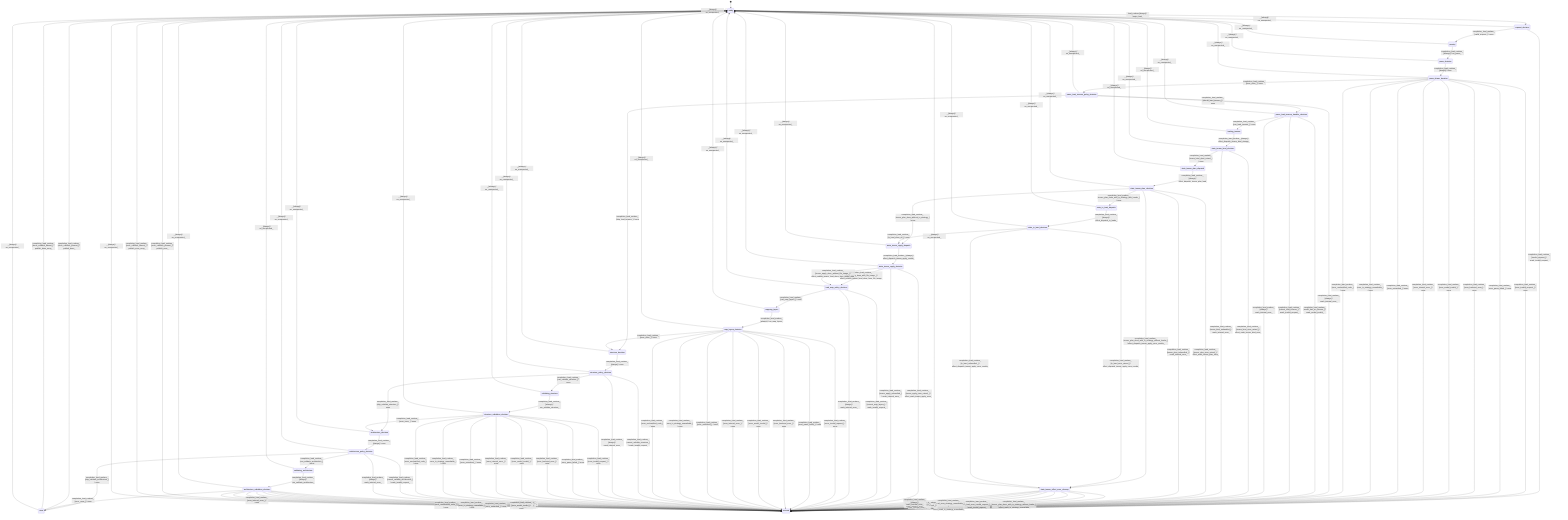
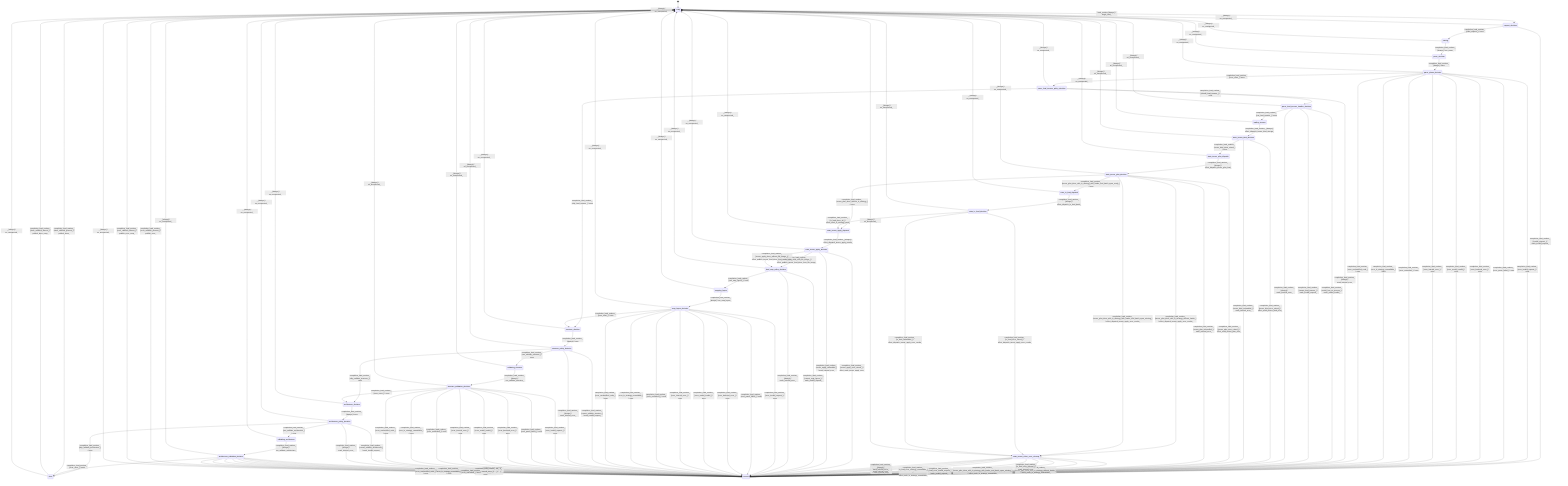
stateDiagram-v2
  direction TB
  [*] --> ready
  ready --> request_decision : load_runtime [always] / begin_load_
  request_decision --> parsing : completion_load_runtime_ [valid_request_] / none
  request_decision --> errored : completion_load_runtime_ [invalid_request_] / mark_invalid_request_
  parsing --> parse_decision : completion_load_runtime_ [always] / run_parse_
  parse_decision --> parse_phase_decision : completion_load_runtime_ [always] / none
  parse_phase_decision --> parse_load_tensors_policy_decision : completion_load_runtime_ [error_none_] / none
  parse_phase_decision --> errored : completion_load_runtime_ [error_invalid_request_] / none
  parse_phase_decision --> errored : completion_load_runtime_ [error_parse_failed_] / none
  parse_phase_decision --> errored : completion_load_runtime_ [error_backend_error_] / none
  parse_phase_decision --> errored : completion_load_runtime_ [error_model_invalid_] / none
  parse_phase_decision --> errored : completion_load_runtime_ [error_internal_error_] / none
  parse_phase_decision --> errored : completion_load_runtime_ [error_untracked_] / none
  parse_phase_decision --> errored : completion_load_runtime_ [error_io_strategy_unavailable_] / none
  parse_phase_decision --> errored : completion_load_runtime_ [error_unclassified_code_] / none
  parse_load_tensors_policy_decision --> parse_load_tensors_handler_decision : completion_load_runtime_ [should_load_tensors_] / none
  parse_load_tensors_policy_decision --> structure_decision : completion_load_runtime_ [skip_load_tensors_] / none
  parse_load_tensors_policy_decision --> errored : completion_load_runtime_ [always] / mark_internal_error_
  parse_load_tensors_handler_decision --> loading_tensors : completion_load_runtime_ [can_load_tensors_] / none
  parse_load_tensors_handler_decision --> errored : completion_load_runtime_ [model_has_no_tensors_] / mark_model_invalid_
  parse_load_tensors_handler_decision --> errored : completion_load_runtime_ [cannot_load_tensors_] / mark_invalid_request_
  parse_load_tensors_handler_decision --> errored : completion_load_runtime_ [always] / mark_internal_error_
  loading_tensors --> state_tensor_bind_decision : completion_load_runtime_ [always] / effect_dispatch_tensor_bind_storage_
  state_tensor_bind_decision --> state_tensor_plan_dispatch : completion_load_runtime_ [tensor_bind_done_raised_] / none
  state_tensor_bind_decision --> errored : completion_load_runtime_ [tensor_bind_error_raised_] / effect_mark_tensor_bind_error_
  state_tensor_bind_decision --> errored : completion_load_runtime_ [tensor_bind_unhandled_] / mark_internal_error_
  state_tensor_plan_dispatch --> state_tensor_plan_decision : completion_load_runtime_ [always] / effect_dispatch_tensor_plan_load_
  state_tensor_plan_decision --> state_tensor_apply_dispatch : completion_load_runtime_ [tensor_plan_done_without_io_strategy_] / none
  state_tensor_plan_decision --> state_tensor_effect_error_cleanup : completion_load_runtime_ [tensor_plan_done_with_io_strategy_without_loader_] / effect_dispatch_tensor_apply_error_results_
-   state_tensor_plan_decision --> state_io_load_dispatch : completion_load_runtime_ [tensor_plan_done_with_io_strategy_with_loader_] / none
+   state_tensor_plan_decision --> state_io_load_dispatch : completion_load_runtime_ [tensor_plan_done_with_io_strategy_with_loader_and_batch_span_ready_] / none
+   state_tensor_plan_decision --> state_tensor_effect_error_cleanup : completion_load_runtime_ [tensor_plan_done_with_io_strategy_with_loader_and_batch_span_missing_] / effect_dispatch_tensor_apply_error_results_
  state_tensor_plan_decision --> errored : completion_load_runtime_ [tensor_plan_error_raised_] / effect_mark_tensor_plan_error_
  state_tensor_plan_decision --> errored : completion_load_runtime_ [tensor_plan_unhandled_] / mark_internal_error_
-   state_io_load_dispatch --> state_io_load_decision : completion_load_runtime_ [always] / effect_dispatch_io_loads_
-   state_io_load_decision --> state_tensor_apply_dispatch : completion_load_runtime_ [io_load_done_all_] / none
+   state_io_load_dispatch --> state_io_load_decision : completion_load_runtime_ [always] / effect_dispatch_io_load_batch_
+   state_io_load_decision --> state_tensor_apply_dispatch : completion_load_runtime_ [io_load_done_all_] / effect_mark_io_strategy_used_
  state_io_load_decision --> state_tensor_effect_error_cleanup : completion_load_runtime_ [io_load_error_raised_] / effect_dispatch_tensor_apply_error_results_
  state_io_load_decision --> state_tensor_effect_error_cleanup : completion_load_runtime_ [io_load_unhandled_] / effect_dispatch_tensor_apply_error_results_
  state_tensor_effect_error_cleanup --> errored : completion_load_runtime_ [tensor_plan_done_with_io_strategy_without_loader_] / effect_mark_io_strategy_unavailable_
+   state_tensor_effect_error_cleanup --> errored : completion_load_runtime_ [tensor_plan_done_with_io_strategy_with_loader_and_batch_span_missing_] / effect_mark_io_strategy_unavailable_
  state_tensor_effect_error_cleanup --> errored : completion_load_runtime_ [io_load_error_invalid_request_] / mark_invalid_request_
  state_tensor_effect_error_cleanup --> errored : completion_load_runtime_ [io_load_error_strategy_unavailable_] / effect_mark_io_strategy_unavailable_
  state_tensor_effect_error_cleanup --> errored : completion_load_runtime_ [io_load_error_internal_] / mark_internal_error_
  state_tensor_effect_error_cleanup --> errored : completion_load_runtime_ [io_load_error_untracked_] / mark_untracked_
  state_tensor_effect_error_cleanup --> errored : completion_load_runtime_ [io_load_error_unclassified_] / mark_internal_error_
  state_tensor_effect_error_cleanup --> errored : completion_load_runtime_ [io_load_unhandled_] / mark_internal_error_
  state_tensor_effect_error_cleanup --> errored : completion_load_runtime_ [always] / mark_internal_error_
  state_tensor_apply_dispatch --> state_tensor_apply_decision : completion_load_runtime_ [always] / effect_dispatch_tensor_apply_results_
  state_tensor_apply_decision --> load_map_policy_decision : completion_load_runtime_ [tensor_apply_done_with_file_image_] / effect_publish_tensor_load_done_from_file_image_
  state_tensor_apply_decision --> load_map_policy_decision : completion_load_runtime_ [tensor_apply_done_without_file_image_] / effect_publish_tensor_load_done_from_model_data_
  state_tensor_apply_decision --> errored : completion_load_runtime_ [tensor_apply_error_raised_] / effect_mark_tensor_apply_error_
  state_tensor_apply_decision --> errored : completion_load_runtime_ [tensor_apply_unhandled_] / mark_internal_error_
  load_map_policy_decision --> mapping_layers : completion_load_runtime_ [can_map_layers_] / none
  load_map_policy_decision --> errored : completion_load_runtime_ [cannot_map_layers_] / mark_invalid_request_
  load_map_policy_decision --> errored : completion_load_runtime_ [always] / mark_internal_error_
  mapping_layers --> map_layers_decision : completion_load_runtime_ [always] / run_map_layers_
  map_layers_decision --> structure_decision : completion_load_runtime_ [error_none_] / none
  map_layers_decision --> errored : completion_load_runtime_ [error_invalid_request_] / none
  map_layers_decision --> errored : completion_load_runtime_ [error_parse_failed_] / none
  map_layers_decision --> errored : completion_load_runtime_ [error_backend_error_] / none
  map_layers_decision --> errored : completion_load_runtime_ [error_model_invalid_] / none
  map_layers_decision --> errored : completion_load_runtime_ [error_internal_error_] / none
  map_layers_decision --> errored : completion_load_runtime_ [error_untracked_] / none
  map_layers_decision --> errored : completion_load_runtime_ [error_io_strategy_unavailable_] / none
  map_layers_decision --> errored : completion_load_runtime_ [error_unclassified_code_] / none
  structure_decision --> structure_policy_decision : completion_load_runtime_ [always] / none
  structure_policy_decision --> architecture_decision : completion_load_runtime_ [skip_validate_structure_] / none
  structure_policy_decision --> validating_structure : completion_load_runtime_ [can_validate_structure_] / none
  structure_policy_decision --> errored : completion_load_runtime_ [cannot_validate_structure_] / mark_invalid_request_
  structure_policy_decision --> errored : completion_load_runtime_ [always] / mark_internal_error_
  validating_structure --> structure_validation_decision : completion_load_runtime_ [always] / run_validate_structure_
  structure_validation_decision --> architecture_decision : completion_load_runtime_ [error_none_] / none
  structure_validation_decision --> errored : completion_load_runtime_ [error_invalid_request_] / none
  structure_validation_decision --> errored : completion_load_runtime_ [error_parse_failed_] / none
  structure_validation_decision --> errored : completion_load_runtime_ [error_backend_error_] / none
  structure_validation_decision --> errored : completion_load_runtime_ [error_model_invalid_] / none
  structure_validation_decision --> errored : completion_load_runtime_ [error_internal_error_] / none
  structure_validation_decision --> errored : completion_load_runtime_ [error_untracked_] / none
  structure_validation_decision --> errored : completion_load_runtime_ [error_io_strategy_unavailable_] / none
  structure_validation_decision --> errored : completion_load_runtime_ [error_unclassified_code_] / none
  architecture_decision --> architecture_policy_decision : completion_load_runtime_ [always] / none
  architecture_policy_decision --> done : completion_load_runtime_ [skip_validate_architecture_] / none
  architecture_policy_decision --> validating_architecture : completion_load_runtime_ [can_validate_architecture_] / none
  architecture_policy_decision --> errored : completion_load_runtime_ [cannot_validate_architecture_] / mark_invalid_request_
  architecture_policy_decision --> errored : completion_load_runtime_ [always] / mark_internal_error_
  validating_architecture --> architecture_validation_decision : completion_load_runtime_ [always] / run_validate_architecture_
  architecture_validation_decision --> done : completion_load_runtime_ [error_none_] / none
  architecture_validation_decision --> errored : completion_load_runtime_ [error_invalid_request_] / none
  architecture_validation_decision --> errored : completion_load_runtime_ [error_parse_failed_] / none
  architecture_validation_decision --> errored : completion_load_runtime_ [error_backend_error_] / none
  architecture_validation_decision --> errored : completion_load_runtime_ [error_model_invalid_] / none
  architecture_validation_decision --> errored : completion_load_runtime_ [error_internal_error_] / none
  architecture_validation_decision --> errored : completion_load_runtime_ [error_untracked_] / none
  architecture_validation_decision --> errored : completion_load_runtime_ [error_io_strategy_unavailable_] / none
  architecture_validation_decision --> errored : completion_load_runtime_ [error_unclassified_code_] / none
  done --> ready : completion_load_runtime_ [done_callback_present_] / publish_done_
  done --> ready : completion_load_runtime_ [done_callback_absent_] / publish_done_noop_
  errored --> ready : completion_load_runtime_ [error_callback_present_] / publish_error_
  errored --> ready : completion_load_runtime_ [error_callback_absent_] / publish_error_noop_
  ready --> ready : _ [always] / on_unexpected_
  request_decision --> ready : _ [always] / on_unexpected_
  parsing --> ready : _ [always] / on_unexpected_
  parse_decision --> ready : _ [always] / on_unexpected_
  parse_phase_decision --> ready : _ [always] / on_unexpected_
  parse_load_tensors_policy_decision --> ready : _ [always] / on_unexpected_
  parse_load_tensors_handler_decision --> ready : _ [always] / on_unexpected_
  loading_tensors --> ready : _ [always] / on_unexpected_
  state_tensor_bind_decision --> ready : _ [always] / on_unexpected_
  state_tensor_plan_dispatch --> ready : _ [always] / on_unexpected_
  state_tensor_plan_decision --> ready : _ [always] / on_unexpected_
  state_io_load_dispatch --> ready : _ [always] / on_unexpected_
  state_io_load_decision --> ready : _ [always] / on_unexpected_
  state_tensor_effect_error_cleanup --> ready : _ [always] / on_unexpected_
  state_tensor_apply_dispatch --> ready : _ [always] / on_unexpected_
  state_tensor_apply_decision --> ready : _ [always] / on_unexpected_
  load_map_policy_decision --> ready : _ [always] / on_unexpected_
  mapping_layers --> ready : _ [always] / on_unexpected_
  map_layers_decision --> ready : _ [always] / on_unexpected_
  structure_decision --> ready : _ [always] / on_unexpected_
  structure_policy_decision --> ready : _ [always] / on_unexpected_
  validating_structure --> ready : _ [always] / on_unexpected_
  structure_validation_decision --> ready : _ [always] / on_unexpected_
  architecture_decision --> ready : _ [always] / on_unexpected_
  architecture_policy_decision --> ready : _ [always] / on_unexpected_
  validating_architecture --> ready : _ [always] / on_unexpected_
  architecture_validation_decision --> ready : _ [always] / on_unexpected_
  done --> ready : _ [always] / on_unexpected_
  errored --> ready : _ [always] / on_unexpected_
